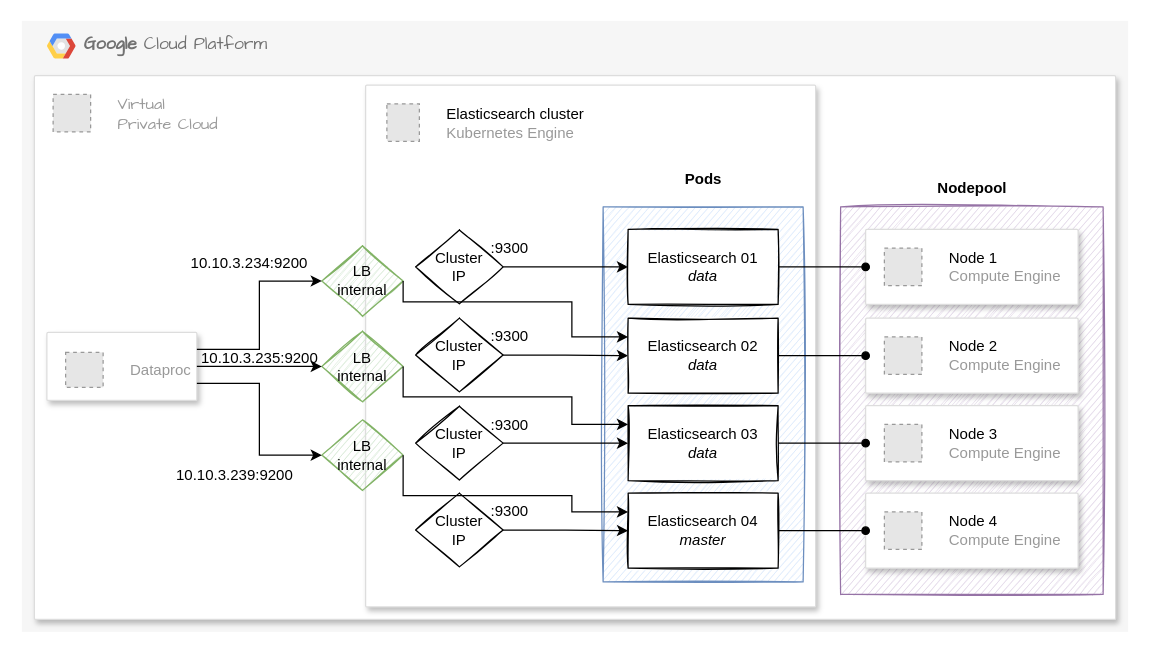
Before: page "es-architecture-2" (3 of 3) of drawio/architecture.drawio in pistocop/elasticsearch-spark-connector, a draw.io diagram. Source tidied: cells renumbered, new cells numbered last; positions are measured from the earlier drawing's top-left corner, leaving out a move shared by most shapes. Both pictures are drawn from the tidied source at 125%, with x=0, y=0 at pixel (21, 20). Pictures stored in the file or linked from it are replaced by grey dashed boxes.
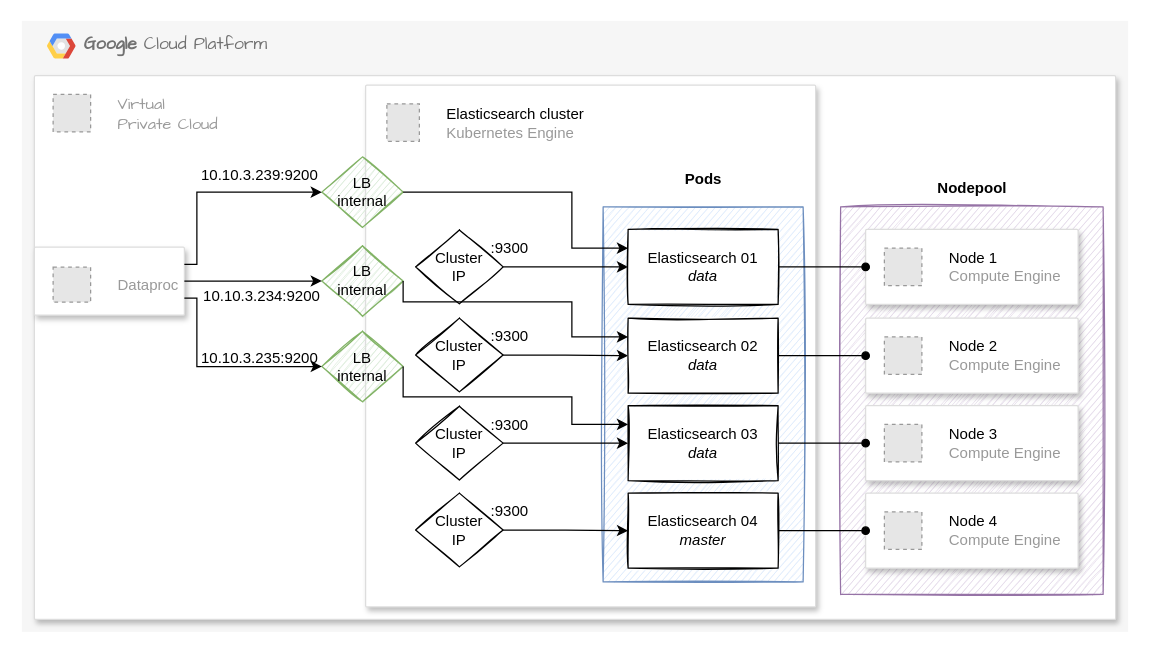
The same diagram, later.

The change refers to these unchanged cells:
```xml
<mxCell id="4" style="strokeColor=#dddddd;shadow=1;strokeWidth=1;rounded=1;absoluteArcSize=1;arcSize=2;sketch=0;hachureGap=4;fontFamily=Architects Daughter;fontSize=13;fontColor=none;fillColor=default;html=0;" parent="1" vertex="1">
  <mxGeometry x="10" y="44" width="865" height="435" as="geometry" />
</mxCell>
<mxCell id="11" style="strokeColor=#dddddd;shadow=1;strokeWidth=1;rounded=1;absoluteArcSize=1;arcSize=2;sketch=0;" parent="1" vertex="1">
  <mxGeometry x="275" y="51.5" width="360" height="417.5" as="geometry" />
</mxCell>
<mxCell id="15" value="LB &lt;br&gt;internal" style="rhombus;whiteSpace=wrap;html=1;sketch=1;fillColor=#d5e8d4;strokeColor=#82b366;" parent="11" vertex="1">
  <mxGeometry x="-35" y="197" width="65" height="56.4" as="geometry" />
</mxCell>
<mxCell id="16" value="LB &lt;br&gt;internal" style="rhombus;whiteSpace=wrap;html=1;sketch=1;fillColor=#d5e8d4;strokeColor=#82b366;" parent="11" vertex="1">
  <mxGeometry x="-35" y="128.6" width="65" height="56.4" as="geometry" />
</mxCell>
<mxCell id="44" value="Elasticsearch 01&lt;br&gt;&lt;i&gt;data&lt;/i&gt;" style="rounded=0;whiteSpace=wrap;html=1;sketch=1;" parent="1" vertex="1">
  <mxGeometry x="485" y="167" width="120" height="60" as="geometry" />
</mxCell>
<mxCell id="47" value="Elasticsearch 04&lt;br&gt;&lt;i&gt;master&lt;/i&gt;" style="rounded=0;whiteSpace=wrap;html=1;sketch=1;" parent="1" vertex="1">
  <mxGeometry x="485" y="378" width="120" height="60" as="geometry" />
</mxCell>
```

Change to the diagram source:
```diff
@@
     <mxCell id="6" style="strokeColor=#dddddd;shadow=1;strokeWidth=1;rounded=1;absoluteArcSize=1;arcSize=2;" parent="4" vertex="1">
-      <mxGeometry x="10" y="205.4" width="120" height="54.4" as="geometry" />
+      <mxGeometry y="137.2" width="120" height="54.4" as="geometry" />
     </mxCell>
@@
     <mxCell id="8" value="&amp;nbsp;10.10.3.234:9200" style="text;html=1;align=center;verticalAlign=middle;strokeColor=none;fillColor=none;" parent="4" vertex="1">
-      <mxGeometry x="110" y="135" width="120" height="30" as="geometry" />
+      <mxGeometry x="120" y="161.5" width="120" height="30" as="geometry" />
     </mxCell>
@@
     <mxCell id="10" value="10.10.3.239:9200" style="text;html=1;align=center;verticalAlign=middle;strokeColor=none;fillColor=none;" parent="4" vertex="1">
-      <mxGeometry x="100" y="305" width="120" height="30" as="geometry" />
+      <mxGeometry x="120" y="65" width="120" height="30" as="geometry" />
     </mxCell>
@@
-    <mxCell id="14" value="LB &lt;br&gt;internal" style="rhombus;whiteSpace=wrap;html=1;sketch=1;fillColor=#d5e8d4;strokeColor=#82b366;" parent="11" vertex="1">
-      <mxGeometry x="-35" y="267.9" width="65" height="56.4" as="geometry" />
-    </mxCell>
@@
+    <mxCell id="14" value="LB &lt;br&gt;internal" style="rhombus;whiteSpace=wrap;html=1;sketch=1;fillColor=#d5e8d4;strokeColor=#82b366;" parent="11" vertex="1">
+      <mxGeometry x="-35" y="57.5" width="65" height="56.4" as="geometry" />
+    </mxCell>
@@
-    <mxCell id="50" style="edgeStyle=orthogonalEdgeStyle;rounded=0;jettySize=auto;html=1;exitX=1;exitY=0.5;exitDx=0;exitDy=0;entryX=0;entryY=0.25;entryDx=0;entryDy=0;" parent="1" edge="1" source="14" target="47">
-      <mxGeometry relative="1" as="geometry">
-        <Array as="points">
-          <mxPoint x="440" y="380" />
-          <mxPoint x="440" y="393" />
-        </Array>
-      </mxGeometry>
-    </mxCell>
-    <mxCell id="51" style="edgeStyle=orthogonalEdgeStyle;rounded=0;jettySize=auto;html=1;exitX=1;exitY=0.25;exitDx=0;exitDy=0;entryX=0;entryY=0.5;entryDx=0;entryDy=0;" parent="1" edge="1" source="6" target="16">
-      <mxGeometry relative="1" as="geometry" />
+    <mxCell id="51" style="edgeStyle=orthogonalEdgeStyle;rounded=0;jettySize=auto;html=1;entryX=0;entryY=0.5;entryDx=0;entryDy=0;" parent="1" edge="1" target="14">
+      <mxGeometry relative="1" as="geometry">
+        <mxPoint x="130" y="195" as="sourcePoint" />
+        <Array as="points">
+          <mxPoint x="140" y="195" />
+          <mxPoint x="140" y="137" />
+        </Array>
+      </mxGeometry>
     </mxCell>
-    <mxCell id="52" style="edgeStyle=orthogonalEdgeStyle;rounded=0;jettySize=auto;html=1;exitX=1;exitY=0.5;exitDx=0;exitDy=0;entryX=0;entryY=0.5;entryDx=0;entryDy=0;" parent="1" edge="1" source="6" target="15">
+    <mxCell id="52" style="edgeStyle=orthogonalEdgeStyle;rounded=0;jettySize=auto;html=1;exitX=1;exitY=0.5;exitDx=0;exitDy=0;entryX=0;entryY=0.5;entryDx=0;entryDy=0;" parent="1" edge="1" source="6" target="16">
       <mxGeometry relative="1" as="geometry" />
     </mxCell>
-    <mxCell id="53" style="edgeStyle=orthogonalEdgeStyle;rounded=0;jettySize=auto;html=1;exitX=1;exitY=0.75;exitDx=0;exitDy=0;entryX=0;entryY=0.5;entryDx=0;entryDy=0;" parent="1" edge="1" source="6" target="14">
-      <mxGeometry relative="1" as="geometry" />
-    </mxCell>
+    <mxCell id="54" style="edgeStyle=orthogonalEdgeStyle;rounded=0;jettySize=auto;html=1;entryX=0;entryY=0.25;entryDx=0;entryDy=0;" parent="1" edge="1" source="14" target="44">
+      <mxGeometry relative="1" as="geometry">
+        <Array as="points">
+          <mxPoint x="440" y="137" />
+          <mxPoint x="440" y="182" />
+        </Array>
+      </mxGeometry>
+    </mxCell>
+    <mxCell id="55" style="edgeStyle=orthogonalEdgeStyle;rounded=0;jettySize=auto;html=1;entryX=0;entryY=0.5;entryDx=0;entryDy=0;exitX=1;exitY=0.75;exitDx=0;exitDy=0;" parent="1" edge="1" source="6" target="15">
+      <mxGeometry relative="1" as="geometry">
+        <Array as="points">
+          <mxPoint x="140" y="222" />
+          <mxPoint x="140" y="277" />
+        </Array>
+      </mxGeometry>
+    </mxCell>
```
